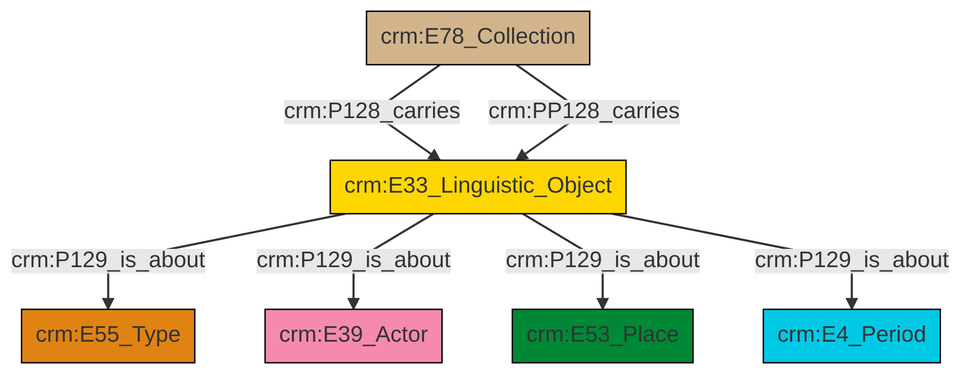
The Mermaid diagram et/archivalCSV/ttl/mmd/png/archival_aboutness.png in swiss-art-research-net/docs.swissartresearch, before a commit. Its source is kept beside it as et/archivalCSV/ttl/mmd/archival_aboutness.ttl.mmd. The source it was exported from:
```mermaid
graph TD
classDef Literal fill:#f2f2f2,stroke:#000000;
classDef CRM_Entity fill:#FFFFFF,stroke:#000000;
classDef Temporal_Entity fill:#00C9E6, stroke:#000000;
classDef Type fill:#E18312, stroke:#000000;
classDef Time-Span fill:#2C9C91, stroke:#000000;
classDef Appellation fill:#FFEB7F, stroke:#000000;
classDef Place fill:#008836, stroke:#000000;
classDef Persistent_Item fill:#B266B2, stroke:#000000;
classDef Conceptual_Object fill:#FFD700, stroke:#000000;
classDef Physical_Thing fill:#D2B48C, stroke:#000000;
classDef Actor fill:#f58aad, stroke:#000000;
classDef PC_Classes fill:#4ce600, stroke:#000000;
classDef Multi fill:#cccccc,stroke:#000000;

6["crm:E78_Collection"]:::Physical_Thing -->|crm:P128_carries| 2["crm:E33_Linguistic_Object"]:::Conceptual_Object
2["crm:E33_Linguistic_Object"]:::Conceptual_Object -->|crm:P129_is_about| 4["crm:E55_Type"]:::Type
6["crm:E78_Collection"]:::Physical_Thing -->|crm:PP128_carries| 2["crm:E33_Linguistic_Object"]:::Conceptual_Object
2["crm:E33_Linguistic_Object"]:::Conceptual_Object -->|crm:P129_is_about| 0["crm:E39_Actor"]:::Actor
2["crm:E33_Linguistic_Object"]:::Conceptual_Object -->|crm:P129_is_about| 8["crm:E53_Place"]:::Place
2["crm:E33_Linguistic_Object"]:::Conceptual_Object -->|crm:P129_is_about| 9["crm:E4_Period"]:::Temporal_Entity
```
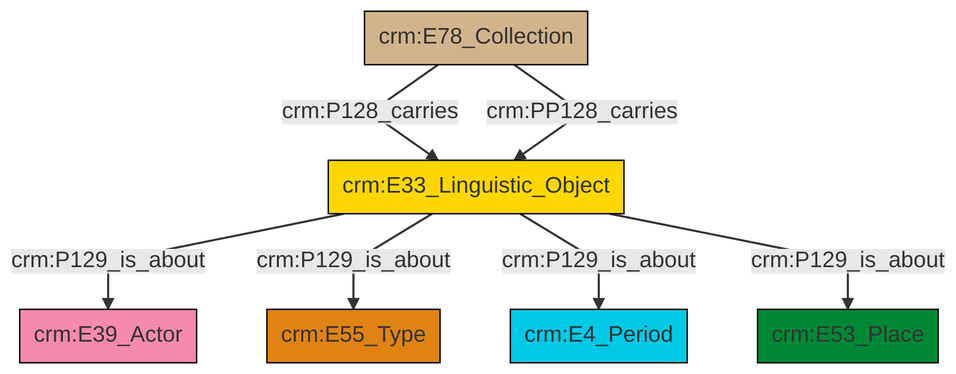
Later version of the same file.

Change to the diagram source:
```diff
@@ -13,9 +13,9 @@
 classDef PC_Classes fill:#4ce600, stroke:#000000;
 classDef Multi fill:#cccccc,stroke:#000000;
 
-6["crm:E78_Collection"]:::Physical_Thing -->|crm:P128_carries| 2["crm:E33_Linguistic_Object"]:::Conceptual_Object
-2["crm:E33_Linguistic_Object"]:::Conceptual_Object -->|crm:P129_is_about| 4["crm:E55_Type"]:::Type
-6["crm:E78_Collection"]:::Physical_Thing -->|crm:PP128_carries| 2["crm:E33_Linguistic_Object"]:::Conceptual_Object
-2["crm:E33_Linguistic_Object"]:::Conceptual_Object -->|crm:P129_is_about| 0["crm:E39_Actor"]:::Actor
-2["crm:E33_Linguistic_Object"]:::Conceptual_Object -->|crm:P129_is_about| 8["crm:E53_Place"]:::Place
-2["crm:E33_Linguistic_Object"]:::Conceptual_Object -->|crm:P129_is_about| 9["crm:E4_Period"]:::Temporal_Entity
+0["crm:E78_Collection"]:::Physical_Thing -->|crm:P128_carries| 4["crm:E33_Linguistic_Object"]:::Conceptual_Object
+4["crm:E33_Linguistic_Object"]:::Conceptual_Object -->|crm:P129_is_about| 5["crm:E39_Actor"]:::Actor
+0["crm:E78_Collection"]:::Physical_Thing -->|crm:PP128_carries| 4["crm:E33_Linguistic_Object"]:::Conceptual_Object
+4["crm:E33_Linguistic_Object"]:::Conceptual_Object -->|crm:P129_is_about| 10["crm:E55_Type"]:::Type
+4["crm:E33_Linguistic_Object"]:::Conceptual_Object -->|crm:P129_is_about| 2["crm:E4_Period"]:::Temporal_Entity
+4["crm:E33_Linguistic_Object"]:::Conceptual_Object -->|crm:P129_is_about| 7["crm:E53_Place"]:::Place
```
